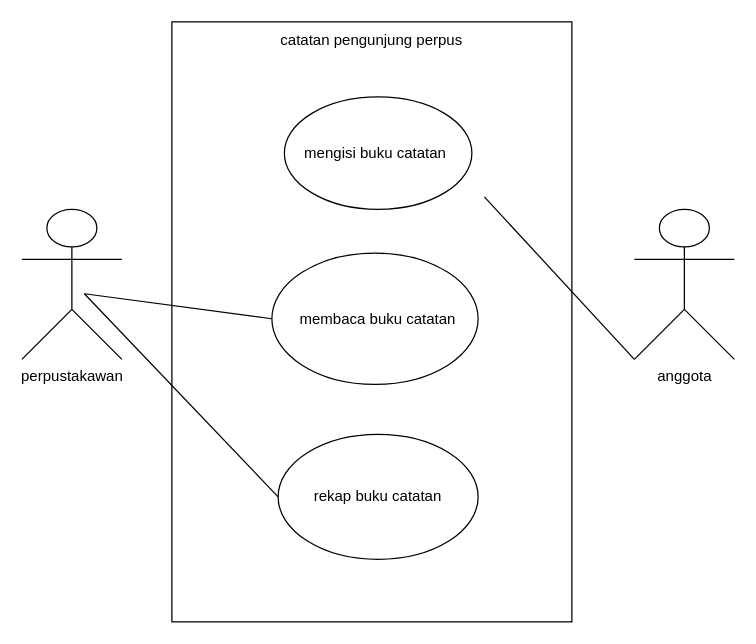
naulawrdhh/naulaaa keeps this draw.io diagram as use-case-perpustakaan.drawio. Above is the earlier version. Source tidied: cells renumbered, new cells numbered last; positions are measured from the earlier drawing's top-left corner, leaving out a move shared by most shapes. Both pictures are drawn from the tidied source at 125%, with x=0, y=0 at pixel (21, 21).
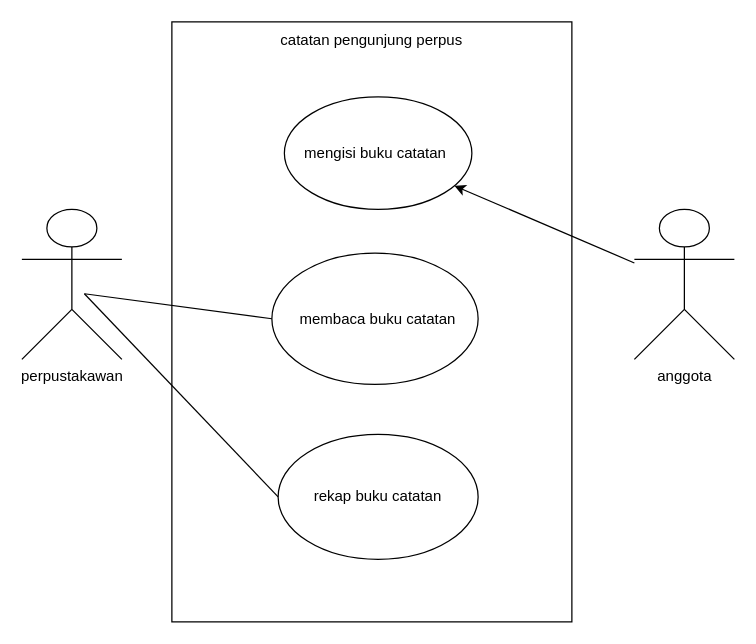
Above is the later version.

What changed in the source:
```diff
@@
 <mxGraphModel>
   <root>
     <mxCell id="0" />
     <mxCell id="1" parent="0" />
     <mxCell id="2" style="rounded=0;whiteSpace=wrap;html=1;" parent="1" vertex="1">
       <mxGeometry x="120" width="320" height="480" as="geometry" />
     </mxCell>
     <mxCell id="3" style="ellipse;whiteSpace=wrap;html=1;" parent="1" vertex="1">
       <mxGeometry x="210" y="60" width="150" height="90" as="geometry" />
     </mxCell>
     <mxCell id="4" style="ellipse;whiteSpace=wrap;html=1;" parent="1" vertex="1">
       <mxGeometry x="200" y="185" width="165" height="105" as="geometry" />
     </mxCell>
     <mxCell id="5" style="ellipse;whiteSpace=wrap;html=1;" parent="1" vertex="1">
       <mxGeometry x="205" y="330" width="160" height="100" as="geometry" />
     </mxCell>
     <mxCell id="6" value="perpustakawan&lt;br&gt;" style="shape=umlActor;verticalLabelPosition=bottom;verticalAlign=top;html=1;" parent="1" vertex="1">
       <mxGeometry y="150" width="80" height="120" as="geometry" />
     </mxCell>
     <mxCell id="7" value="anggota" style="shape=umlActor;verticalLabelPosition=bottom;verticalAlign=top;html=1;outlineConnect=0;" parent="1" vertex="1">
       <mxGeometry x="490" y="150" width="80" height="120" as="geometry" />
     </mxCell>
     <mxCell id="8" value="catatan pengunjung perpus" style="text;html=1;strokeColor=none;fillColor=none;align=center;verticalAlign=middle;whiteSpace=wrap;rounded=0;" parent="1" vertex="1">
       <mxGeometry x="200" width="160" height="30" as="geometry" />
     </mxCell>
     <mxCell id="9" value="mengisi buku catatan" style="text;html=1;strokeColor=none;fillColor=none;align=center;verticalAlign=middle;whiteSpace=wrap;rounded=0;" parent="1" vertex="1">
       <mxGeometry x="217.5" y="95" width="130" height="20" as="geometry" />
     </mxCell>
     <mxCell id="10" value="membaca buku catatan" style="text;html=1;strokeColor=none;fillColor=none;align=center;verticalAlign=middle;whiteSpace=wrap;rounded=0;" parent="1" vertex="1">
       <mxGeometry x="220" y="217.5" width="130" height="40" as="geometry" />
     </mxCell>
     <mxCell id="11" value="rekap buku catatan" style="text;html=1;strokeColor=none;fillColor=none;align=center;verticalAlign=middle;whiteSpace=wrap;rounded=0;" parent="1" vertex="1">
       <mxGeometry x="230" y="360" width="110" height="40" as="geometry" />
     </mxCell>
-    <mxCell id="12" style="endArrow=none;html=1;rounded=0;exitX=0;exitY=1;exitDx=0;exitDy=0;exitPerimeter=0;" parent="1" edge="1" source="7">
-      <mxGeometry relative="1" as="geometry">
-        <mxPoint x="370" y="140" as="targetPoint" />
-      </mxGeometry>
-    </mxCell>
     <mxCell id="13" style="endArrow=none;html=1;rounded=0;entryX=0;entryY=0.5;entryDx=0;entryDy=0;" parent="1" edge="1" target="4">
       <mxGeometry relative="1" as="geometry">
         <mxPoint x="50" y="217.5" as="sourcePoint" />
       </mxGeometry>
     </mxCell>
     <mxCell id="14" style="endArrow=none;html=1;rounded=0;entryX=0;entryY=0.5;entryDx=0;entryDy=0;" parent="1" edge="1" target="5">
       <mxGeometry relative="1" as="geometry">
         <mxPoint x="50" y="217.5" as="sourcePoint" />
       </mxGeometry>
     </mxCell>
+    <mxCell id="15" style="endArrow=classic;html=1;rounded=0;" parent="1" edge="1" source="7" target="3">
+      <mxGeometry relative="1" as="geometry" />
+    </mxCell>
   </root>
 </mxGraphModel>
```
